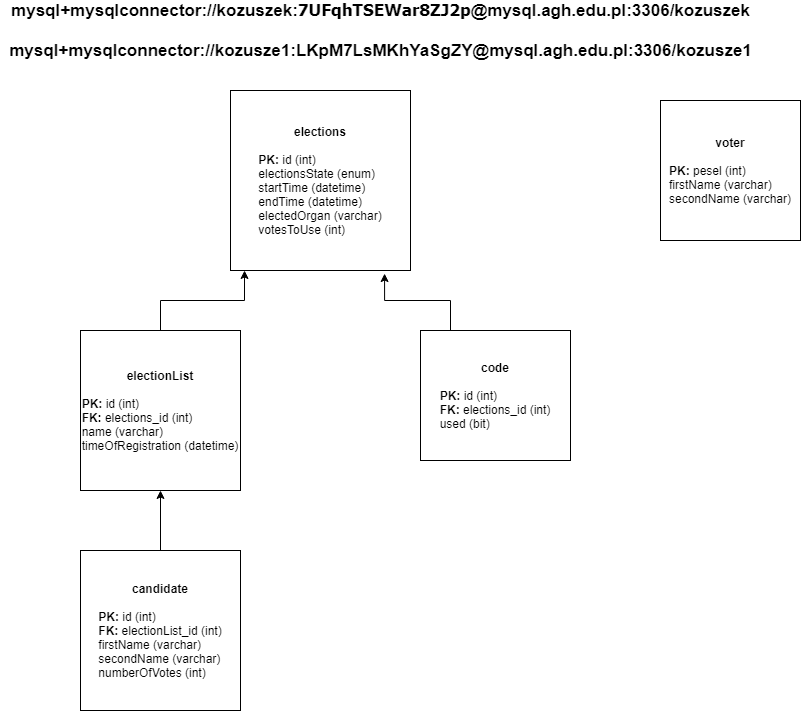
The draw.io diagram database_diagram.png in ArturBa/online_vote_system, before a commit. Source tidied: cells renumbered, new cells last; positions are measured from the earlier drawing's top-left corner, leaving out a move shared by most shapes.
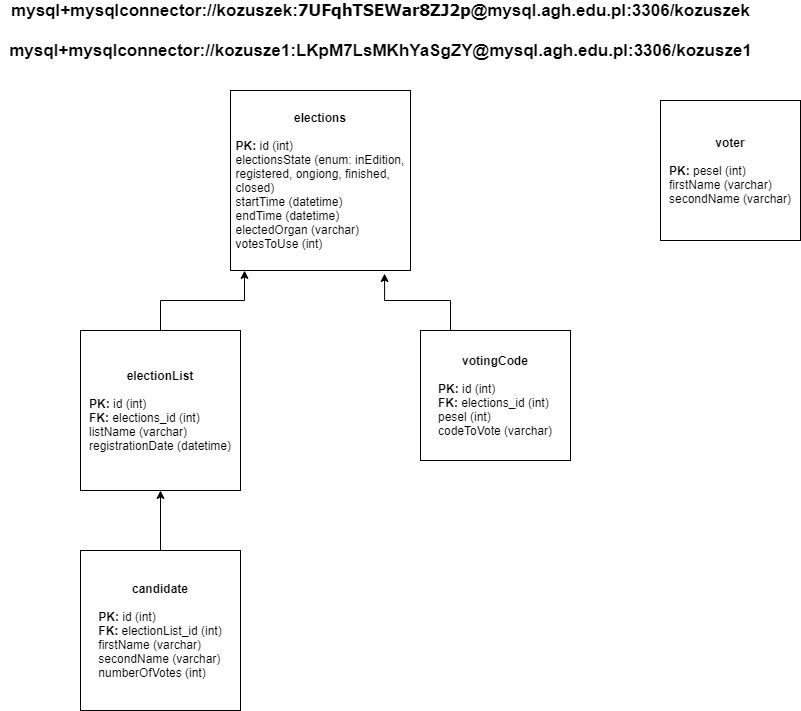
The same file after the commit.

Commit message:
Database diagram fixed #3

What changed in the source:
```diff
@@ -2,13 +2,13 @@
   <root>
     <mxCell id="0" />
     <mxCell id="1" parent="0" />
-    <mxCell id="2" value="&lt;b&gt;elections&lt;br&gt;&lt;br&gt;&lt;div style=&quot;text-align: left&quot;&gt;&lt;b&gt;PK: &lt;/b&gt;&lt;span style=&quot;font-weight: normal&quot;&gt;id (int)&lt;/span&gt;&lt;/div&gt;&lt;/b&gt;&lt;div style=&quot;text-align: left&quot;&gt;&lt;span&gt;electionsState (enum)&lt;/span&gt;&lt;/div&gt;&lt;div style=&quot;text-align: left&quot;&gt;&lt;span&gt;startTime (datetime)&lt;/span&gt;&lt;/div&gt;&lt;div style=&quot;text-align: left&quot;&gt;&lt;span&gt;endTime (datetime)&lt;/span&gt;&lt;/div&gt;&lt;div style=&quot;text-align: left&quot;&gt;&lt;span&gt;electedOrgan (varchar)&lt;/span&gt;&lt;/div&gt;&lt;div style=&quot;text-align: left&quot;&gt;&lt;span&gt;votesToUse (int)&lt;/span&gt;&lt;/div&gt;" style="whiteSpace=wrap;html=1;align=center;" parent="1" vertex="1">
+    <mxCell id="2" value="&lt;b&gt;elections&lt;br&gt;&lt;br&gt;&lt;div style=&quot;text-align: left&quot;&gt;&lt;b&gt;PK: &lt;/b&gt;&lt;span style=&quot;font-weight: normal&quot;&gt;id (int)&lt;/span&gt;&lt;/div&gt;&lt;/b&gt;&lt;div style=&quot;text-align: left&quot;&gt;&lt;span&gt;electionsState (enum: inEdition,&lt;/span&gt;&lt;/div&gt;&lt;div style=&quot;text-align: left&quot;&gt;&lt;span&gt;registered, ongiong, finished,&lt;/span&gt;&lt;/div&gt;&lt;div style=&quot;text-align: left&quot;&gt;&lt;span&gt;closed)&lt;/span&gt;&lt;/div&gt;&lt;div style=&quot;text-align: left&quot;&gt;&lt;span&gt;startTime (datetime)&lt;/span&gt;&lt;/div&gt;&lt;div style=&quot;text-align: left&quot;&gt;&lt;span&gt;endTime (datetime)&lt;/span&gt;&lt;/div&gt;&lt;div style=&quot;text-align: left&quot;&gt;&lt;span&gt;electedOrgan (varchar)&lt;/span&gt;&lt;/div&gt;&lt;div style=&quot;text-align: left&quot;&gt;&lt;span&gt;votesToUse (int)&lt;/span&gt;&lt;/div&gt;" style="whiteSpace=wrap;html=1;align=center;" parent="1" vertex="1">
       <mxGeometry x="230" y="90" width="180" height="180" as="geometry" />
     </mxCell>
     <mxCell id="3" style="edgeStyle=orthogonalEdgeStyle;rounded=0;jettySize=auto;html=1;entryX=0.078;entryY=1;entryDx=0;entryDy=0;entryPerimeter=0;" parent="1" edge="1" source="4" target="2">
       <mxGeometry relative="1" as="geometry" />
     </mxCell>
-    <mxCell id="4" value="&lt;b&gt;electionList&lt;/b&gt;&lt;br&gt;&lt;br&gt;&lt;div style=&quot;text-align: left&quot;&gt;&lt;b&gt;PK: &lt;/b&gt;&lt;span&gt;id (int)&lt;/span&gt;&lt;/div&gt;&lt;b&gt;&lt;div style=&quot;text-align: left&quot;&gt;&lt;b&gt;FK:&lt;/b&gt;&lt;span style=&quot;font-weight: normal&quot;&gt;&amp;nbsp;elections_id (int)&lt;/span&gt;&lt;/div&gt;&lt;/b&gt;&lt;div style=&quot;text-align: left&quot;&gt;&lt;span&gt;name (varchar)&lt;/span&gt;&lt;/div&gt;&lt;div style=&quot;text-align: left&quot;&gt;&lt;span&gt;timeOfRegistration (datetime)&lt;/span&gt;&lt;/div&gt;" style="whiteSpace=wrap;html=1;" parent="1" vertex="1">
+    <mxCell id="4" value="&lt;b&gt;electionList&lt;/b&gt;&lt;br&gt;&lt;br&gt;&lt;div style=&quot;text-align: left&quot;&gt;&lt;b&gt;PK: &lt;/b&gt;&lt;span&gt;id (int)&lt;/span&gt;&lt;/div&gt;&lt;b&gt;&lt;div style=&quot;text-align: left&quot;&gt;&lt;b&gt;FK:&lt;/b&gt;&lt;span style=&quot;font-weight: normal&quot;&gt;&amp;nbsp;elections_id (int)&lt;/span&gt;&lt;/div&gt;&lt;/b&gt;&lt;div style=&quot;text-align: left&quot;&gt;&lt;span&gt;listName (varchar)&lt;/span&gt;&lt;/div&gt;&lt;div style=&quot;text-align: left&quot;&gt;&lt;span&gt;registrationDate (datetime)&lt;/span&gt;&lt;/div&gt;" style="whiteSpace=wrap;html=1;" parent="1" vertex="1">
       <mxGeometry x="80" y="330" width="160" height="160" as="geometry" />
     </mxCell>
     <mxCell id="5" style="edgeStyle=orthogonalEdgeStyle;rounded=0;jettySize=auto;html=1;entryX=0.5;entryY=1;entryDx=0;entryDy=0;" parent="1" edge="1" source="6" target="4">
@@ -25,7 +25,7 @@
         </Array>
       </mxGeometry>
     </mxCell>
-    <mxCell id="8" value="&lt;b&gt;code&lt;/b&gt;&lt;br&gt;&lt;br&gt;&lt;div style=&quot;text-align: left&quot;&gt;&lt;b style=&quot;font-weight: bold&quot;&gt;PK: &lt;/b&gt;id (int)&lt;/div&gt;&lt;b&gt;&lt;div style=&quot;text-align: left&quot;&gt;&lt;b&gt;FK: &lt;/b&gt;&lt;span style=&quot;font-weight: normal&quot;&gt;elections_id (int)&lt;/span&gt;&lt;/div&gt;&lt;/b&gt;&lt;b&gt;&lt;div style=&quot;text-align: left&quot;&gt;&lt;span style=&quot;font-weight: normal&quot;&gt;used (bit)&lt;/span&gt;&lt;/div&gt;&lt;/b&gt;" style="rounded=0;whiteSpace=wrap;html=1;" parent="1" vertex="1">
+    <mxCell id="8" value="&lt;b&gt;votingCode&lt;/b&gt;&lt;br&gt;&lt;br&gt;&lt;div style=&quot;text-align: left&quot;&gt;&lt;b style=&quot;font-weight: bold&quot;&gt;PK: &lt;/b&gt;id (int)&lt;/div&gt;&lt;b&gt;&lt;div style=&quot;text-align: left&quot;&gt;&lt;b&gt;FK: &lt;/b&gt;&lt;span style=&quot;font-weight: normal&quot;&gt;elections_id (int)&lt;/span&gt;&lt;/div&gt;&lt;div style=&quot;text-align: left&quot;&gt;&lt;span style=&quot;font-weight: normal&quot;&gt;pesel (int)&lt;/span&gt;&lt;/div&gt;&lt;/b&gt;&lt;b&gt;&lt;div style=&quot;text-align: left&quot;&gt;&lt;span style=&quot;font-weight: normal&quot;&gt;codeToVote (varchar)&lt;/span&gt;&lt;br&gt;&lt;/div&gt;&lt;/b&gt;" style="rounded=0;whiteSpace=wrap;html=1;" parent="1" vertex="1">
       <mxGeometry x="420" y="330" width="150" height="130" as="geometry" />
     </mxCell>
     <mxCell id="9" value="&lt;b&gt;voter&lt;br&gt;&lt;br&gt;&lt;div style=&quot;text-align: left&quot;&gt;&lt;b&gt;PK: &lt;/b&gt;&lt;span style=&quot;font-weight: normal&quot;&gt;pesel (int)&lt;/span&gt;&lt;/div&gt;&lt;/b&gt;&lt;div style=&quot;text-align: left&quot;&gt;&lt;span&gt;firstName (varchar)&lt;/span&gt;&lt;/div&gt;&lt;div style=&quot;text-align: left&quot;&gt;&lt;span&gt;secondName (varchar)&lt;/span&gt;&lt;/div&gt;" style="whiteSpace=wrap;html=1;" parent="1" vertex="1">
```
